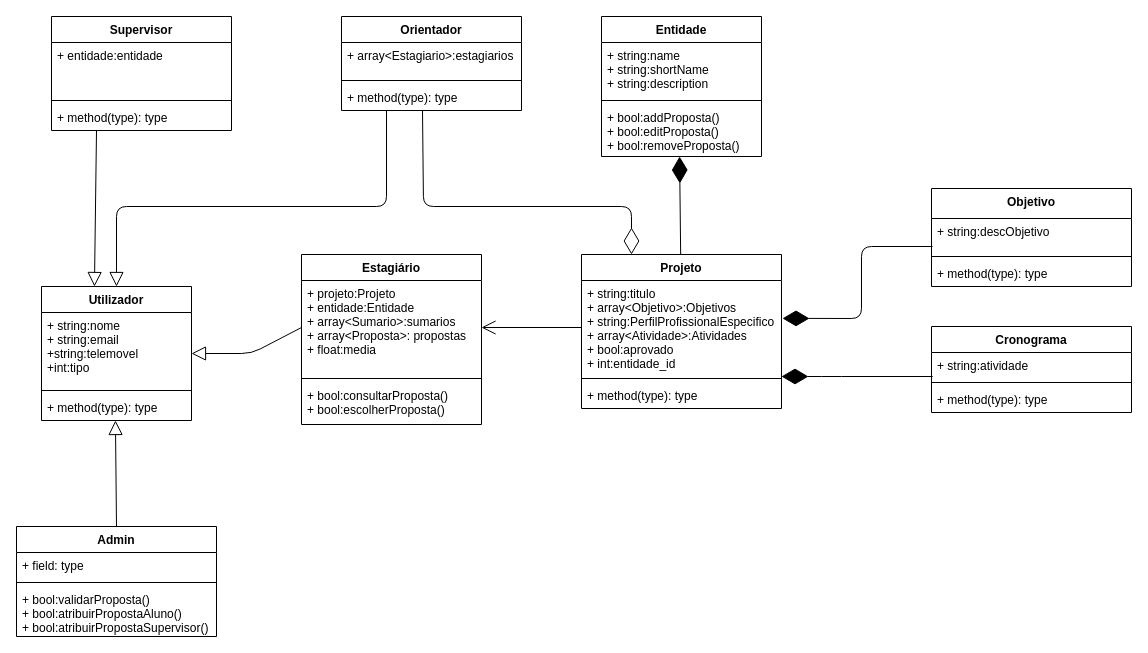
Above: diag_classes.drawio in ruimpcastro/phpmockup (draw.io), before the change. Source tidied: cells renumbered, new cells numbered last; positions are measured from the earlier drawing's top-left corner, leaving out a move shared by most shapes. Both pictures are drawn from the tidied source at 100%, with x=0, y=0 at pixel (16, 16).
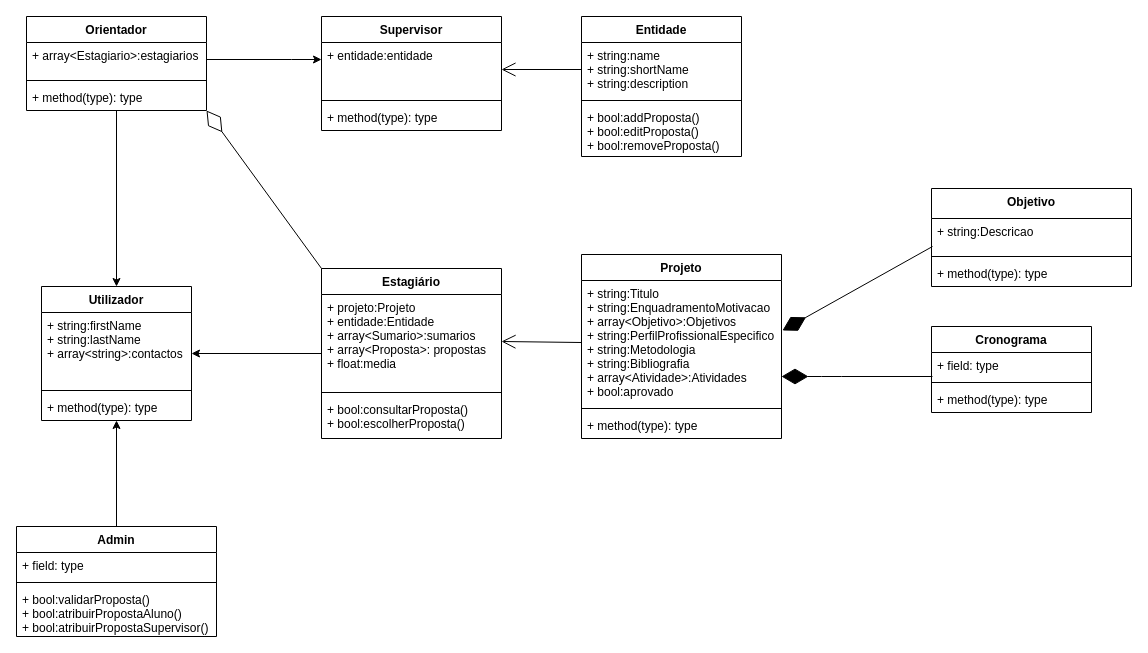
After the change.

Commit message (it also covers changes not shown here):
Ajustes + Diag. Classes

ditto

The change refers to these unchanged cells:
```xml
<mxCell id="2" value="Utilizador" style="swimlane;fontStyle=1;align=center;verticalAlign=top;horizontal=1;startSize=26;" parent="1" vertex="1">
  <mxGeometry x="25" y="270" width="150" height="134" as="geometry" />
</mxCell>
<mxCell id="5" value="+ method(type): type" style="text;strokeColor=none;fillColor=none;align=left;verticalAlign=top;spacingLeft=4;spacingRight=4;overflow=hidden;points=[[0,0.5],[1,0.5]];portConstraint=eastwest;" parent="2" vertex="1">
  <mxGeometry y="108" width="150" height="26" as="geometry" />
</mxCell>
<mxCell id="7" value="+ array&lt;Estagiario&gt;:estagiarios" style="text;strokeColor=none;fillColor=none;align=left;verticalAlign=top;spacingLeft=4;spacingRight=4;overflow=hidden;points=[[0,0.5],[1,0.5]];portConstraint=eastwest;" parent="6" vertex="1">
  <mxGeometry y="26" width="180" height="34" as="geometry" />
</mxCell>
<mxCell id="9" value="+ method(type): type" style="text;strokeColor=none;fillColor=none;align=left;verticalAlign=top;spacingLeft=4;spacingRight=4;overflow=hidden;points=[[0,0.5],[1,0.5]];portConstraint=eastwest;" parent="6" vertex="1">
  <mxGeometry y="68" width="180" height="26" as="geometry" />
</mxCell>
<mxCell id="10" value="Admin" style="swimlane;fontStyle=1;align=center;verticalAlign=top;horizontal=1;startSize=26;" parent="1" vertex="1">
  <mxGeometry y="510" width="200" height="110" as="geometry" />
</mxCell>
<mxCell id="15" value="+ string:name&#10;+ string:shortName&#10;+ string:description" style="text;strokeColor=none;fillColor=none;align=left;verticalAlign=top;spacingLeft=4;spacingRight=4;overflow=hidden;points=[[0,0.5],[1,0.5]];portConstraint=eastwest;" parent="14" vertex="1">
  <mxGeometry y="26" width="160" height="54" as="geometry" />
</mxCell>
<mxCell id="17" value="+ bool:addProposta()&#10;+ bool:editProposta()&#10;+ bool:removeProposta()" style="text;strokeColor=none;fillColor=none;align=left;verticalAlign=top;spacingLeft=4;spacingRight=4;overflow=hidden;points=[[0,0.5],[1,0.5]];portConstraint=eastwest;" parent="14" vertex="1">
  <mxGeometry y="88" width="160" height="52" as="geometry" />
</mxCell>
<mxCell id="19" value="+ entidade:entidade&#10;" style="text;strokeColor=none;fillColor=none;align=left;verticalAlign=top;spacingLeft=4;spacingRight=4;overflow=hidden;points=[[0,0.5],[1,0.5]];portConstraint=eastwest;" parent="18" vertex="1">
  <mxGeometry y="26" width="180" height="54" as="geometry" />
</mxCell>
<mxCell id="23" value="+ projeto:Projeto&#10;+ entidade:Entidade&#10;+ array&lt;Sumario&gt;:sumarios&#10;+ array&lt;Proposta&gt;: propostas&#10;+ float:media" style="text;strokeColor=none;fillColor=none;align=left;verticalAlign=top;spacingLeft=4;spacingRight=4;overflow=hidden;points=[[0,0.5],[1,0.5]];portConstraint=eastwest;" parent="22" vertex="1">
  <mxGeometry y="26" width="180" height="94" as="geometry" />
</mxCell>
<mxCell id="31" value="Objetivo" style="swimlane;fontStyle=1;align=center;verticalAlign=top;horizontal=1;startSize=30;" parent="1" vertex="1">
  <mxGeometry x="915" y="172" width="200" height="98" as="geometry" />
</mxCell>
```

Diff of the diagram source:
```diff
@@
-    <mxCell id="3" value="+ string:nome&#10;+ string:email&#10;+string:telemovel&#10;+int:tipo&#10;&#10;&#10;&#10;" style="text;strokeColor=none;fillColor=none;align=left;verticalAlign=top;spacingLeft=4;spacingRight=4;overflow=hidden;" parent="2" vertex="1">
+    <mxCell id="3" value="+ string:firstName&#10;+ string:lastName&#10;+ array&lt;string&gt;:contactos&#10;&#10;" style="text;strokeColor=none;fillColor=none;align=left;verticalAlign=top;spacingLeft=4;spacingRight=4;overflow=hidden;" parent="2" vertex="1">
       <mxGeometry y="26" width="150" height="74" as="geometry" />
     </mxCell>
@@
+    <mxCell id="43" style="edgeStyle=orthogonalEdgeStyle;rounded=0;jettySize=auto;html=1;exitX=0.5;exitY=1;exitDx=0;exitDy=0;entryX=0.5;entryY=0;entryDx=0;entryDy=0;" parent="1" edge="1" source="6" target="2">
+      <mxGeometry relative="1" as="geometry" />
+    </mxCell>
     <mxCell id="6" value="Orientador" style="swimlane;fontStyle=1;align=center;verticalAlign=top;horizontal=1;startSize=26;" parent="1" vertex="1">
-      <mxGeometry x="325" width="180" height="94" as="geometry" />
+      <mxGeometry x="10" width="180" height="94" as="geometry" />
     </mxCell>
@@
+    <mxCell id="47" style="edgeStyle=orthogonalEdgeStyle;rounded=0;jettySize=auto;html=1;entryX=0.5;entryY=1;entryDx=0;entryDy=0;" parent="1" edge="1" source="10" target="2">
+      <mxGeometry relative="1" as="geometry" />
+    </mxCell>
@@
+    <mxCell id="48" style="edgeStyle=orthogonalEdgeStyle;rounded=0;jettySize=auto;html=1;" parent="1" edge="1" source="7" target="19">
+      <mxGeometry relative="1" as="geometry">
+        <Array as="points">
+          <mxPoint x="275" y="43" />
+          <mxPoint x="275" y="43" />
+        </Array>
+      </mxGeometry>
+    </mxCell>
     <mxCell id="14" value="Entidade" style="swimlane;fontStyle=1;align=center;verticalAlign=top;horizontal=1;startSize=26;" parent="1" vertex="1">
-      <mxGeometry x="585" width="160" height="140" as="geometry" />
+      <mxGeometry x="565" width="160" height="140" as="geometry" />
     </mxCell>
@@
+    <mxCell id="49" style="endArrow=open;endFill=1;endSize=12;html=1;exitX=0;exitY=0.5;exitDx=0;exitDy=0;entryX=1;entryY=0.5;entryDx=0;entryDy=0;" parent="1" edge="1" source="15" target="19">
+      <mxGeometry relative="1" as="geometry" />
+    </mxCell>
     <mxCell id="18" value="Supervisor" style="swimlane;fontStyle=1;align=center;verticalAlign=top;horizontal=1;startSize=26;" parent="1" vertex="1">
-      <mxGeometry x="35" width="180" height="114" as="geometry" />
+      <mxGeometry x="305" width="180" height="114" as="geometry" />
     </mxCell>
@@
+    <mxCell id="50" style="edgeStyle=orthogonalEdgeStyle;rounded=0;jettySize=auto;html=1;exitX=0;exitY=0.5;exitDx=0;exitDy=0;entryX=1;entryY=0.5;entryDx=0;entryDy=0;" parent="1" edge="1" source="22" target="2">
+      <mxGeometry relative="1" as="geometry" />
+    </mxCell>
     <mxCell id="22" value="Estagiário" style="swimlane;fontStyle=1;align=center;verticalAlign=top;horizontal=1;startSize=26;" parent="1" vertex="1">
-      <mxGeometry x="285" y="238" width="180" height="170" as="geometry" />
+      <mxGeometry x="305" y="252" width="180" height="170" as="geometry" />
     </mxCell>
@@
     <mxCell id="26" value="Projeto" style="swimlane;fontStyle=1;align=center;verticalAlign=top;horizontal=1;startSize=26;" parent="1" vertex="1">
-      <mxGeometry x="565" y="238" width="200" height="154" as="geometry" />
+      <mxGeometry x="565" y="238" width="200" height="184" as="geometry" />
     </mxCell>
-    <mxCell id="27" value="+ string:titulo&#10;+ array&lt;Objetivo&gt;:Objetivos&#10;+ string:PerfilProfissionalEspecifico&#10;+ array&lt;Atividade&gt;:Atividades&#10;+ bool:aprovado&#10;+ int:entidade_id&#10;" style="text;strokeColor=none;fillColor=none;align=left;verticalAlign=top;spacingLeft=4;spacingRight=4;overflow=hidden;points=[[0,0.5],[1,0.5]];portConstraint=eastwest;" parent="26" vertex="1">
-      <mxGeometry y="26" width="200" height="94" as="geometry" />
+    <mxCell id="27" value="+ string:Titulo&#10;+ string:EnquadramentoMotivacao&#10;+ array&lt;Objetivo&gt;:Objetivos&#10;+ string:PerfilProfissionalEspecifico&#10;+ string:Metodologia&#10;+ string:Bibliografia&#10;+ array&lt;Atividade&gt;:Atividades&#10;+ bool:aprovado&#10;" style="text;strokeColor=none;fillColor=none;align=left;verticalAlign=top;spacingLeft=4;spacingRight=4;overflow=hidden;points=[[0,0.5],[1,0.5]];portConstraint=eastwest;" parent="26" vertex="1">
+      <mxGeometry y="26" width="200" height="124" as="geometry" />
     </mxCell>
     <mxCell id="28" style="line;strokeWidth=1;fillColor=none;align=left;verticalAlign=middle;spacingTop=-1;spacingLeft=3;spacingRight=3;labelPosition=right;" parent="26" vertex="1">
-      <mxGeometry y="120" width="200" height="8" as="geometry" />
+      <mxGeometry y="150" width="200" height="8" as="geometry" />
     </mxCell>
     <mxCell id="29" value="+ method(type): type" style="text;strokeColor=none;fillColor=none;align=left;verticalAlign=top;spacingLeft=4;spacingRight=4;overflow=hidden;" parent="26" vertex="1">
-      <mxGeometry y="128" width="200" height="26" as="geometry" />
+      <mxGeometry y="158" width="200" height="26" as="geometry" />
     </mxCell>
-    <mxCell id="30" style="endArrow=open;endFill=1;endSize=12;html=1;exitX=0;exitY=0.5;exitDx=0;exitDy=0;" parent="1" edge="1" source="27">
-      <mxGeometry relative="1" as="geometry">
-        <mxPoint x="465" y="311" as="targetPoint" />
-      </mxGeometry>
+    <mxCell id="30" style="endArrow=open;endFill=1;endSize=12;html=1;exitX=0;exitY=0.5;exitDx=0;exitDy=0;entryX=1;entryY=0.5;entryDx=0;entryDy=0;" parent="1" edge="1" source="27" target="23">
+      <mxGeometry relative="1" as="geometry" />
     </mxCell>
@@
-    <mxCell id="32" value="+ string:descObjetivo&#10;" style="text;strokeColor=none;fillColor=none;align=left;verticalAlign=top;spacingLeft=4;spacingRight=4;overflow=hidden;" parent="31" vertex="1">
+    <mxCell id="32" value="+ string:Descricao&#10;" style="text;strokeColor=none;fillColor=none;align=left;verticalAlign=top;spacingLeft=4;spacingRight=4;overflow=hidden;" parent="31" vertex="1">
       <mxGeometry y="30" width="200" height="34" as="geometry" />
     </mxCell>
@@
+    <mxCell id="51" style="endArrow=diamondThin;endFill=0;endSize=24;html=1;entryX=1;entryY=1;entryDx=0;entryDy=0;exitX=0;exitY=0;exitDx=0;exitDy=0;" parent="1" edge="1" source="22" target="6">
+      <mxGeometry relative="1" as="geometry" />
+    </mxCell>
     <mxCell id="35" value="Cronograma" style="swimlane;fontStyle=1;align=center;verticalAlign=top;horizontal=1;startSize=26;" parent="1" vertex="1">
-      <mxGeometry x="915" y="310" width="200" height="86" as="geometry" />
+      <mxGeometry x="915" y="310" width="160" height="86" as="geometry" />
     </mxCell>
-    <mxCell id="36" value="+ string:atividade" style="text;strokeColor=none;fillColor=none;align=left;verticalAlign=top;spacingLeft=4;spacingRight=4;overflow=hidden;points=[[0,0.5],[1,0.5]];portConstraint=eastwest;" parent="35" vertex="1">
-      <mxGeometry y="26" width="200" height="26" as="geometry" />
+    <mxCell id="36" value="+ field: type" style="text;strokeColor=none;fillColor=none;align=left;verticalAlign=top;spacingLeft=4;spacingRight=4;overflow=hidden;points=[[0,0.5],[1,0.5]];portConstraint=eastwest;" parent="35" vertex="1">
+      <mxGeometry y="26" width="160" height="26" as="geometry" />
     </mxCell>
     <mxCell id="37" style="line;strokeWidth=1;fillColor=none;align=left;verticalAlign=middle;spacingTop=-1;spacingLeft=3;spacingRight=3;labelPosition=right;" parent="35" vertex="1">
-      <mxGeometry y="52" width="200" height="8" as="geometry" />
+      <mxGeometry y="52" width="160" height="8" as="geometry" />
     </mxCell>
     <mxCell id="38" value="+ method(type): type" style="text;strokeColor=none;fillColor=none;align=left;verticalAlign=top;spacingLeft=4;spacingRight=4;overflow=hidden;" parent="35" vertex="1">
-      <mxGeometry y="60" width="200" height="26" as="geometry" />
+      <mxGeometry y="60" width="160" height="26" as="geometry" />
     </mxCell>
@@
     <mxCell id="40" style="endArrow=diamondThin;endFill=1;endSize=24;html=1;entryX=1.005;entryY=0.403;entryDx=0;entryDy=0;entryPerimeter=0;exitX=0.006;exitY=0.923;exitDx=0;exitDy=0;exitPerimeter=0;" parent="1" edge="1" target="27">
       <mxGeometry relative="1" as="geometry">
         <mxPoint x="916" y="230" as="sourcePoint" />
-        <Array as="points">
-          <mxPoint x="845" y="230" />
-          <mxPoint x="845" y="302" />
-        </Array>
       </mxGeometry>
     </mxCell>
-    <mxCell id="41" style="endArrow=diamondThin;endFill=1;endSize=24;html=1;entryX=0.488;entryY=1;entryDx=0;entryDy=0;entryPerimeter=0;" parent="1" edge="1" source="26" target="17">
-      <mxGeometry relative="1" as="geometry" />
-    </mxCell>
-    <mxCell id="42" style="endArrow=diamondThin;endFill=0;endSize=24;html=1;entryX=0.25;entryY=0;entryDx=0;entryDy=0;exitX=0.45;exitY=1;exitDx=0;exitDy=0;exitPerimeter=0;" parent="1" edge="1" source="9" target="26">
-      <mxGeometry relative="1" as="geometry">
-        <Array as="points">
-          <mxPoint x="407" y="190" />
-          <mxPoint x="615" y="190" />
-        </Array>
-      </mxGeometry>
-    </mxCell>
-    <mxCell id="43" style="edgeStyle=none;html=1;endSize=12;endArrow=block;endFill=0;exitX=0.25;exitY=1;exitDx=0;exitDy=0;entryX=0.5;entryY=0;entryDx=0;entryDy=0;" parent="1" edge="1" source="6" target="2">
-      <mxGeometry relative="1" as="geometry">
-        <Array as="points">
-          <mxPoint x="370" y="190" />
-          <mxPoint x="100" y="190" />
-        </Array>
-      </mxGeometry>
-    </mxCell>
-    <mxCell id="44" style="edgeStyle=none;html=1;endSize=12;endArrow=block;endFill=0;entryX=0.353;entryY=0;entryDx=0;entryDy=0;entryPerimeter=0;exitX=0.25;exitY=1;exitDx=0;exitDy=0;" parent="1" edge="1" source="18" target="2">
-      <mxGeometry relative="1" as="geometry" />
-    </mxCell>
-    <mxCell id="45" style="edgeStyle=none;html=1;endSize=12;endArrow=block;endFill=0;exitX=0;exitY=0.5;exitDx=0;exitDy=0;entryX=1;entryY=0.5;entryDx=0;entryDy=0;" parent="1" edge="1" source="23" target="2">
-      <mxGeometry relative="1" as="geometry">
-        <Array as="points">
-          <mxPoint x="235" y="337" />
-        </Array>
-      </mxGeometry>
-    </mxCell>
-    <mxCell id="46" style="edgeStyle=none;html=1;endSize=12;endArrow=block;endFill=0;exitX=0.5;exitY=0;exitDx=0;exitDy=0;entryX=0.493;entryY=1;entryDx=0;entryDy=0;entryPerimeter=0;" parent="1" edge="1" source="10" target="5">
-      <mxGeometry relative="1" as="geometry" />
-    </mxCell>
```
